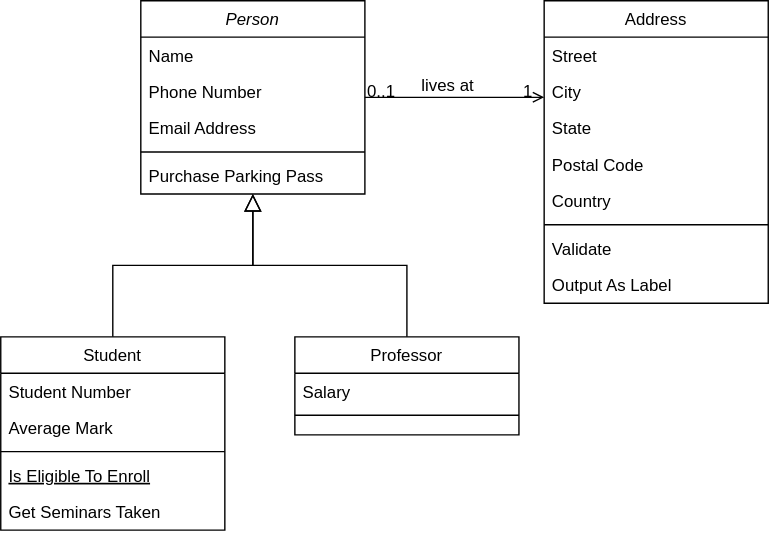
Earlier version of the draw.io export static/img/Untitled Diagram.drawio.svg (SpringQL/SpringQL.github.io). Source tidied: cells renumbered, new cells last; positions are measured from the earlier drawing's top-left corner, leaving out a move shared by most shapes.
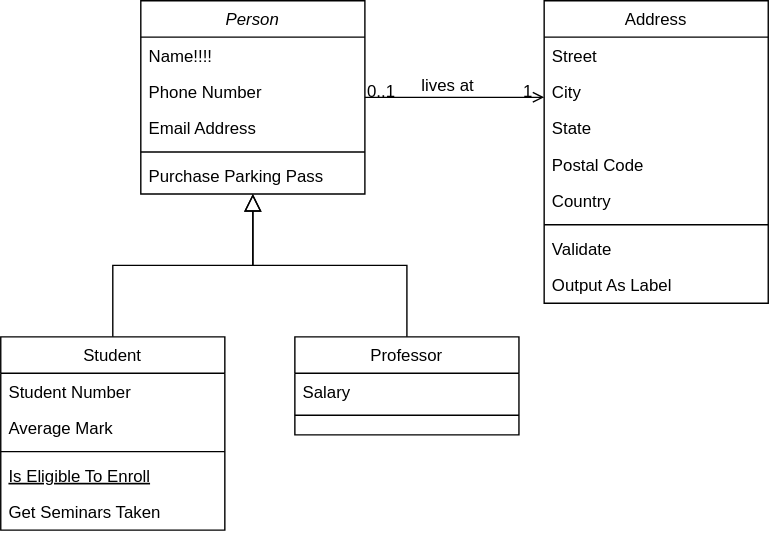
After the commit.

What changed in the source:
```diff
@@ -5,7 +5,7 @@
     <mxCell id="2" value="Person" style="swimlane;fontStyle=2;align=center;verticalAlign=top;horizontal=1;startSize=26;rounded=0;shadow=0;strokeWidth=1;" parent="1" vertex="1">
       <mxGeometry x="100" width="160" height="138" as="geometry" />
     </mxCell>
-    <mxCell id="3" value="Name" style="text;align=left;verticalAlign=top;spacingLeft=4;spacingRight=4;overflow=hidden;" parent="2" vertex="1">
+    <mxCell id="3" value="Name!!!!" style="text;align=left;verticalAlign=top;spacingLeft=4;spacingRight=4;overflow=hidden;" parent="2" vertex="1">
       <mxGeometry y="26" width="160" height="26" as="geometry" />
     </mxCell>
     <mxCell id="4" value="Phone Number" style="text;align=left;verticalAlign=top;spacingLeft=4;spacingRight=4;overflow=hidden;rounded=0;shadow=0;html=0;" parent="2" vertex="1">
```
